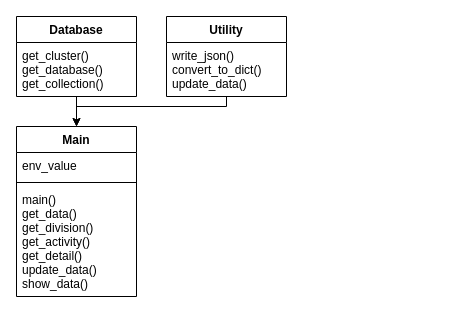
astrantialabs/finance-recap keeps this draw.io diagram as diagrams/api/main_class_Diagram.drawio. Above is the earlier version. Source tidied: cells renumbered, new cells numbered last; positions are measured from the earlier drawing's top-left corner, leaving out a move shared by most shapes. Both pictures are drawn from the tidied source at 100%, with x=0, y=0 at pixel (16, 16).
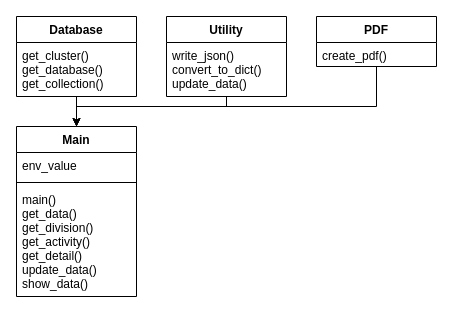
After the change.

Commit message:
chore: update main class diagram

Diff of the diagram source:
```diff
@@
 <mxGraphModel>
   <root>
     <mxCell id="0" />
     <mxCell id="1" parent="0" />
     <mxCell id="2" style="edgeStyle=orthogonalEdgeStyle;rounded=0;jettySize=auto;html=1;entryX=0.5;entryY=0;entryDx=0;entryDy=0;" parent="1" edge="1" source="3" target="8">
       <mxGeometry relative="1" as="geometry" />
     </mxCell>
     <mxCell id="3" value="Database" style="swimlane;fontStyle=1;align=center;verticalAlign=top;horizontal=1;startSize=26;" parent="1" vertex="1">
       <mxGeometry width="120" height="80" as="geometry" />
     </mxCell>
     <mxCell id="4" value="get_cluster()&#10;get_database()&#10;get_collection()&#10;" style="text;strokeColor=none;fillColor=none;align=left;verticalAlign=top;spacingLeft=4;spacingRight=4;overflow=hidden;" parent="3" vertex="1">
       <mxGeometry y="26" width="120" height="54" as="geometry" />
     </mxCell>
     <mxCell id="5" style="edgeStyle=orthogonalEdgeStyle;rounded=0;jettySize=auto;html=1;entryX=0.5;entryY=0;entryDx=0;entryDy=0;" parent="1" edge="1" source="6" target="8">
       <mxGeometry relative="1" as="geometry">
         <Array as="points">
           <mxPoint x="210" y="90" />
           <mxPoint x="60" y="90" />
         </Array>
       </mxGeometry>
     </mxCell>
     <mxCell id="6" value="Utility" style="swimlane;fontStyle=1;align=center;verticalAlign=top;horizontal=1;startSize=26;" parent="1" vertex="1">
       <mxGeometry x="150" width="120" height="80" as="geometry" />
     </mxCell>
     <mxCell id="7" value="write_json()&#10;convert_to_dict()&#10;update_data()" style="text;strokeColor=none;fillColor=none;align=left;verticalAlign=top;spacingLeft=4;spacingRight=4;overflow=hidden;" parent="6" vertex="1">
       <mxGeometry y="26" width="120" height="54" as="geometry" />
     </mxCell>
     <mxCell id="8" value="Main" style="swimlane;fontStyle=1;align=center;verticalAlign=top;horizontal=1;startSize=26;strokeColor=#000000;" parent="1" vertex="1">
       <mxGeometry y="110" width="120" height="170" as="geometry" />
     </mxCell>
     <mxCell id="9" value="env_value" style="text;strokeColor=none;fillColor=none;align=left;verticalAlign=top;spacingLeft=4;spacingRight=4;overflow=hidden;" parent="8" vertex="1">
       <mxGeometry y="26" width="120" height="26" as="geometry" />
     </mxCell>
     <mxCell id="10" style="line;strokeWidth=1;fillColor=none;align=left;verticalAlign=middle;spacingTop=-1;spacingLeft=3;spacingRight=3;labelPosition=right;" parent="8" vertex="1">
       <mxGeometry y="52" width="120" height="8" as="geometry" />
     </mxCell>
     <mxCell id="11" value="main()&#10;get_data()&#10;get_division()&#10;get_activity()&#10;get_detail()&#10;update_data()&#10;show_data()" style="text;strokeColor=none;fillColor=none;align=left;verticalAlign=top;spacingLeft=4;spacingRight=4;overflow=hidden;" parent="8" vertex="1">
       <mxGeometry y="60" width="120" height="110" as="geometry" />
     </mxCell>
+    <mxCell id="12" style="edgeStyle=orthogonalEdgeStyle;rounded=0;jettySize=auto;html=1;entryX=0.5;entryY=0;entryDx=0;entryDy=0;" parent="1" edge="1" source="13" target="8">
+      <mxGeometry relative="1" as="geometry">
+        <Array as="points">
+          <mxPoint x="360" y="90" />
+          <mxPoint x="60" y="90" />
+        </Array>
+      </mxGeometry>
+    </mxCell>
+    <mxCell id="13" value="PDF" style="swimlane;fontStyle=1;align=center;verticalAlign=top;horizontal=1;startSize=26;" parent="1" vertex="1">
+      <mxGeometry x="300" width="120" height="50" as="geometry" />
+    </mxCell>
+    <mxCell id="14" value="create_pdf()" style="text;strokeColor=none;fillColor=none;align=left;verticalAlign=top;spacingLeft=4;spacingRight=4;overflow=hidden;" parent="13" vertex="1">
+      <mxGeometry y="26" width="120" height="24" as="geometry" />
+    </mxCell>
   </root>
 </mxGraphModel>
```
